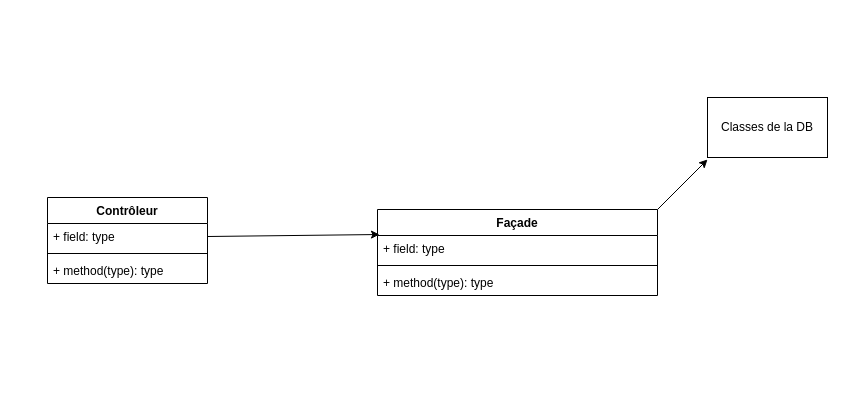
Above: Untitled Diagram.drawio in hugoSN7/ProjetWeb (draw.io), before the change. Source tidied: cells renumbered, new cells numbered last; positions are measured from the earlier drawing's top-left corner, leaving out a move shared by most shapes. Both pictures are drawn from the tidied source at 100%, with x=0, y=0 at pixel (47, 97).
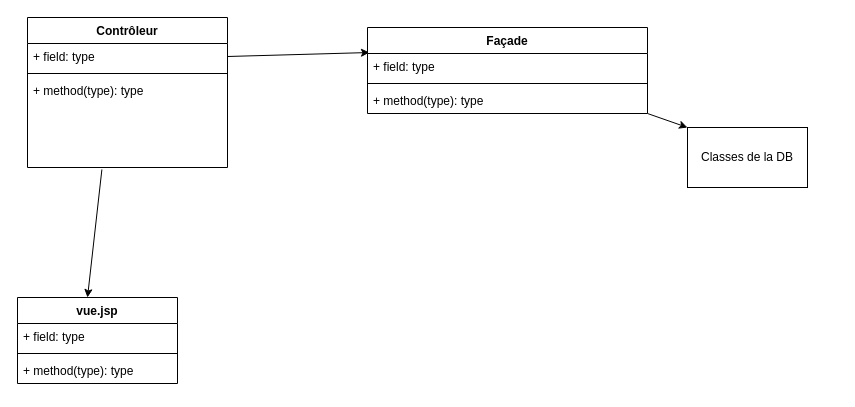
Above is the later version.

Unchanged cells that the change refers to:
```xml
<mxCell id="5" value="+ field: type" style="text;strokeColor=none;fillColor=none;align=left;verticalAlign=top;spacingLeft=4;spacingRight=4;overflow=hidden;points=[[0,0.5],[1,0.5]];portConstraint=eastwest;" parent="4" vertex="1">
  <mxGeometry y="26" width="280" height="26" as="geometry" />
</mxCell>
```

What changed in the source:
```diff
@@
-    <mxCell id="2" style="endArrow=classic;html=1;rounded=0;strokeColor=#000000;" parent="1" edge="1">
-      <mxGeometry relative="1" as="geometry">
-        <mxPoint x="610" y="112" as="sourcePoint" />
-        <mxPoint x="660" y="62" as="targetPoint" />
-      </mxGeometry>
-    </mxCell>
-    <mxCell id="3" value="Classes de la DB" style="rounded=0;whiteSpace=wrap;html=1;" parent="1" vertex="1">
-      <mxGeometry x="660" width="120" height="60" as="geometry" />
-    </mxCell>
+    <mxCell id="8" style="endArrow=classic;html=1;rounded=0;strokeColor=#000000;exitX=1;exitY=0.5;exitDx=0;exitDy=0;entryX=0.007;entryY=-0.038;entryDx=0;entryDy=0;entryPerimeter=0;" parent="1" edge="1" source="10" target="5">
+      <mxGeometry relative="1" as="geometry" />
+    </mxCell>
+    <mxCell id="13" style="group;" parent="1" vertex="1">
+      <mxGeometry x="320" y="-70" width="470" height="160" as="geometry" />
+    </mxCell>
-    <mxCell id="4" value="Façade" style="swimlane;fontStyle=1;align=center;verticalAlign=top;horizontal=1;startSize=26;" parent="1" vertex="1">
-      <mxGeometry x="330" y="112" width="280" height="86" as="geometry" />
+    <mxCell id="4" value="Façade" style="swimlane;fontStyle=1;align=center;verticalAlign=top;horizontal=1;startSize=26;" parent="13" vertex="1">
+      <mxGeometry width="280" height="86" as="geometry" />
     </mxCell>
@@
-    <mxCell id="8" style="endArrow=classic;html=1;rounded=0;strokeColor=#000000;exitX=1;exitY=0.5;exitDx=0;exitDy=0;entryX=0.007;entryY=-0.038;entryDx=0;entryDy=0;entryPerimeter=0;" parent="1" edge="1" target="5">
-      <mxGeometry relative="1" as="geometry">
-        <mxPoint x="160" y="139" as="sourcePoint" />
-      </mxGeometry>
-    </mxCell>
+    <mxCell id="14" style="group;" parent="13" vertex="1">
+      <mxGeometry x="350" y="100" width="120" height="60" as="geometry" />
+    </mxCell>
+    <mxCell id="3" value="Classes de la DB" style="rounded=0;whiteSpace=wrap;html=1;" parent="14" vertex="1">
+      <mxGeometry x="-30" width="120" height="60" as="geometry" />
+    </mxCell>
+    <mxCell id="2" style="endArrow=classic;html=1;rounded=0;strokeColor=#000000;exitX=1;exitY=1;exitDx=0;exitDy=0;entryX=0;entryY=0;entryDx=0;entryDy=0;" parent="13" edge="1" source="4" target="3">
+      <mxGeometry relative="1" as="geometry" />
+    </mxCell>
+    <mxCell id="15" style="group;" parent="1" vertex="1">
+      <mxGeometry x="-30" y="-70" width="200" height="362" as="geometry" />
+    </mxCell>
+    <mxCell id="16" style="group;" parent="15" vertex="1">
+      <mxGeometry x="10" y="-10" width="200" height="150" as="geometry" />
+    </mxCell>
-    <mxCell id="9" value="Contrôleur" style="swimlane;fontStyle=1;align=center;verticalAlign=top;horizontal=1;startSize=26;" parent="1" vertex="1">
-      <mxGeometry y="100" width="160" height="86" as="geometry" />
+    <mxCell id="9" value="Contrôleur" style="swimlane;fontStyle=1;align=center;verticalAlign=top;horizontal=1;startSize=26;" parent="16" vertex="1">
+      <mxGeometry width="200" height="150" as="geometry" />
     </mxCell>
     <mxCell id="10" value="+ field: type" style="text;strokeColor=none;fillColor=none;align=left;verticalAlign=top;spacingLeft=4;spacingRight=4;overflow=hidden;points=[[0,0.5],[1,0.5]];portConstraint=eastwest;" parent="9" vertex="1">
-      <mxGeometry y="26" width="160" height="26" as="geometry" />
+      <mxGeometry y="26" width="200" height="26" as="geometry" />
     </mxCell>
     <mxCell id="11" style="line;strokeWidth=1;fillColor=none;align=left;verticalAlign=middle;spacingTop=-1;spacingLeft=3;spacingRight=3;labelPosition=right;" parent="9" vertex="1">
-      <mxGeometry y="52" width="160" height="8" as="geometry" />
+      <mxGeometry y="52" width="200" height="8" as="geometry" />
     </mxCell>
     <mxCell id="12" value="+ method(type): type" style="text;strokeColor=none;fillColor=none;align=left;verticalAlign=top;spacingLeft=4;spacingRight=4;overflow=hidden;points=[[0,0.5],[1,0.5]];portConstraint=eastwest;" parent="9" vertex="1">
-      <mxGeometry y="60" width="160" height="26" as="geometry" />
+      <mxGeometry y="60" width="200" height="90" as="geometry" />
     </mxCell>
+    <mxCell id="17" style="group;" parent="15" vertex="1">
+      <mxGeometry y="270" width="160" height="86" as="geometry" />
+    </mxCell>
+    <mxCell id="18" style="endArrow=classic;html=1;rounded=0;strokeColor=#000000;exitX=0.372;exitY=1.022;exitDx=0;exitDy=0;exitPerimeter=0;" parent="17" edge="1" source="12">
+      <mxGeometry relative="1" as="geometry">
+        <mxPoint x="70" as="targetPoint" />
+      </mxGeometry>
+    </mxCell>
+    <mxCell id="19" value="vue.jsp" style="swimlane;fontStyle=1;align=center;verticalAlign=top;horizontal=1;startSize=26;" parent="17" vertex="1">
+      <mxGeometry width="160" height="86" as="geometry" />
+    </mxCell>
+    <mxCell id="20" value="+ field: type" style="text;strokeColor=none;fillColor=none;align=left;verticalAlign=top;spacingLeft=4;spacingRight=4;overflow=hidden;" parent="19" vertex="1">
+      <mxGeometry y="26" width="160" height="26" as="geometry" />
+    </mxCell>
+    <mxCell id="21" style="line;strokeWidth=1;fillColor=none;align=left;verticalAlign=middle;spacingTop=-1;spacingLeft=3;spacingRight=3;labelPosition=right;" parent="19" vertex="1">
+      <mxGeometry y="52" width="160" height="8" as="geometry" />
+    </mxCell>
+    <mxCell id="22" value="+ method(type): type" style="text;strokeColor=none;fillColor=none;align=left;verticalAlign=top;spacingLeft=4;spacingRight=4;overflow=hidden;" parent="19" vertex="1">
+      <mxGeometry y="60" width="160" height="26" as="geometry" />
+    </mxCell>
```
